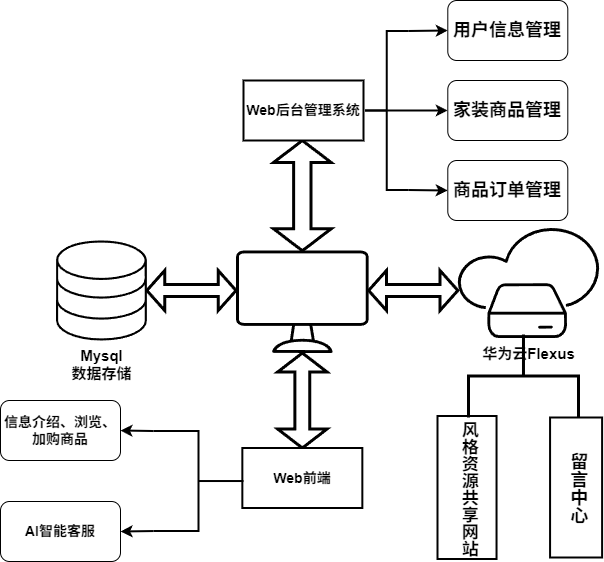
xiyuliu509/microservice-shop keeps this draw.io diagram as 6.drawio.png. Above is the earlier version. Source tidied: cells renumbered, new cells last; positions are measured from the earlier drawing's top-left corner, leaving out a move shared by most shapes.
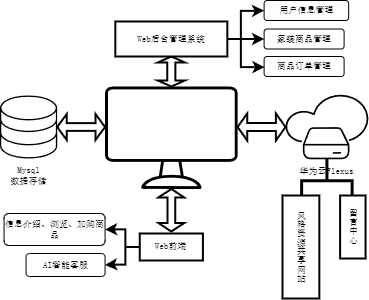
The same diagram one commit later.

The edit, as a diff of the source:
```diff
@@ -2,77 +2,80 @@
   <root>
     <mxCell id="0" />
     <mxCell id="1" parent="0" />
+    <mxCell id="9" style="strokeWidth=3;html=1;shape=mxgraph.flowchart.annotation_2;align=left;labelPosition=right;rotation=90;fontSize=9;fontStyle=0;fontFamily=宋体;" parent="1" vertex="1">
+      <mxGeometry x="435.6" y="319" width="43.5" height="50.5" as="geometry" />
+    </mxCell>
-    <mxCell id="2" value="&lt;b&gt;&lt;font style=&quot;font-size: 15px;&quot;&gt;华为云Flexus&lt;/font&gt;&lt;/b&gt;" style="sketch=0;verticalLabelPosition=bottom;sketch=0;html=1;verticalAlign=top;strokeColor=none;fillColor=#000000;align=center;shape=mxgraph.citrix2.cloud_connector;strokeWidth=2;gradientColor=none;" parent="1" vertex="1">
-      <mxGeometry x="457.3" y="227.5" width="141.3" height="110" as="geometry" />
+    <mxCell id="2" value="&lt;font style=&quot;color: rgb(0, 0, 0);&quot;&gt;华为云Flexus&lt;/font&gt;" style="sketch=0;verticalLabelPosition=bottom;sketch=0;html=1;verticalAlign=top;strokeColor=none;fillColor=#000000;align=center;shape=mxgraph.citrix2.cloud_connector;strokeWidth=2;gradientColor=none;fontSize=9;fontFamily=宋体;fontStyle=0;" parent="1" vertex="1">
+      <mxGeometry x="416" y="258.2" width="82.8" height="64.5" as="geometry" />
     </mxCell>
-    <mxCell id="3" value="&lt;font style=&quot;font-size: 15px;&quot;&gt;&lt;b&gt;Mysql&lt;/b&gt;&lt;/font&gt;&lt;div&gt;&lt;font style=&quot;font-size: 15px;&quot;&gt;&lt;b&gt;数据存储&lt;/b&gt;&lt;/font&gt;&lt;/div&gt;" style="sketch=0;verticalLabelPosition=bottom;sketch=0;html=1;verticalAlign=top;strokeColor=none;fillColor=#000000;align=center;shape=mxgraph.citrix2.site_database;" parent="1" vertex="1">
-      <mxGeometry x="55.6" y="240" width="90.8" height="100" as="geometry" />
+    <mxCell id="3" value="&lt;font style=&quot;color: rgb(0, 0, 0);&quot;&gt;&lt;span&gt;Mysql&lt;/span&gt;&lt;/font&gt;&lt;div&gt;&lt;font style=&quot;color: rgb(0, 0, 0);&quot;&gt;数据存储&lt;/font&gt;&lt;/div&gt;" style="sketch=0;verticalLabelPosition=bottom;sketch=0;html=1;verticalAlign=top;strokeColor=none;fillColor=#000000;align=center;shape=mxgraph.citrix2.site_database;fontSize=9;fontFamily=宋体;fontStyle=0;" parent="1" vertex="1">
+      <mxGeometry x="130.5" y="259" width="57.2" height="63" as="geometry" />
     </mxCell>
-    <mxCell id="4" style="shape=doubleArrow;whiteSpace=wrap;html=1;strokeWidth=3;" parent="1" vertex="1">
-      <mxGeometry x="146.4" y="270" width="89.2" height="40" as="geometry" />
+    <mxCell id="4" style="shape=doubleArrow;whiteSpace=wrap;html=1;strokeWidth=2;fontSize=9;fontFamily=宋体;fontStyle=0;" parent="1" vertex="1">
+      <mxGeometry x="368.1" y="277" width="47.9" height="27" as="geometry" />
     </mxCell>
-    <mxCell id="5" style="shape=doubleArrow;direction=south;whiteSpace=wrap;html=1;strokeWidth=3;" parent="1" vertex="1">
-      <mxGeometry x="272.9" y="140" width="57.8" height="110.2" as="geometry" />
+    <mxCell id="5" style="shape=doubleArrow;direction=south;whiteSpace=wrap;html=1;strokeWidth=2;fontSize=9;fontFamily=宋体;fontStyle=0;" parent="1" vertex="1">
+      <mxGeometry x="288.3" y="220" width="27.1" height="30" as="geometry" />
     </mxCell>
-    <mxCell id="6" style="shape=doubleArrow;whiteSpace=wrap;html=1;strokeWidth=3;" parent="1" vertex="1">
-      <mxGeometry x="368.1" y="270" width="89.2" height="40" as="geometry" />
+    <mxCell id="6" style="shape=doubleArrow;whiteSpace=wrap;html=1;strokeWidth=2;fontSize=9;fontFamily=宋体;fontStyle=0;" parent="1" vertex="1">
+      <mxGeometry x="187.7" y="277.5" width="47.9" height="26" as="geometry" />
     </mxCell>
-    <mxCell id="7" style="shape=doubleArrow;direction=south;whiteSpace=wrap;html=1;strokeWidth=3;" parent="1" vertex="1">
-      <mxGeometry x="277.2" y="352.5" width="49.4" height="95" as="geometry" />
+    <mxCell id="7" style="shape=doubleArrow;direction=south;whiteSpace=wrap;html=1;strokeWidth=2;fontSize=9;fontFamily=宋体;fontStyle=0;" parent="1" vertex="1">
+      <mxGeometry x="288.9" y="352.5" width="25.8" height="42.5" as="geometry" />
     </mxCell>
-    <mxCell id="8" value="&lt;b&gt;&lt;font style=&quot;font-size: 17px;&quot;&gt;风格资源共享网站&lt;/font&gt;&lt;/b&gt;" style="rounded=0;whiteSpace=wrap;html=1;textDirection=vertical-lr;strokeWidth=2;" parent="1" vertex="1">
-      <mxGeometry x="437" y="415.5" width="59" height="143" as="geometry" />
+    <mxCell id="8" value="&lt;font style=&quot;color: rgb(0, 0, 0);&quot;&gt;风格资源共享网站&lt;/font&gt;" style="rounded=0;whiteSpace=wrap;html=1;textDirection=vertical-lr;strokeWidth=2;fontSize=9;fontFamily=宋体;fontStyle=0;" parent="1" vertex="1">
+      <mxGeometry x="413" y="359" width="36.8" height="103" as="geometry" />
     </mxCell>
-    <mxCell id="9" style="strokeWidth=3;html=1;shape=mxgraph.flowchart.annotation_2;align=left;labelPosition=right;rotation=90;fontSize=14;fontStyle=1;" parent="1" vertex="1">
-      <mxGeometry x="481.5" y="320.5" width="83" height="110" as="geometry" />
-    </mxCell>
-    <mxCell id="10" value="&lt;b style=&quot;&quot;&gt;&lt;font style=&quot;font-size: 18px;&quot;&gt;留言中心&lt;/font&gt;&lt;/b&gt;" style="rounded=0;whiteSpace=wrap;html=1;textDirection=vertical-lr;strokeWidth=2;" parent="1" vertex="1">
-      <mxGeometry x="549.6" y="417" width="52" height="140" as="geometry" />
+    <mxCell id="10" value="&lt;font style=&quot;color: rgb(0, 0, 0);&quot;&gt;留言中心&lt;/font&gt;" style="rounded=0;whiteSpace=wrap;html=1;textDirection=vertical-lr;strokeWidth=2;fontSize=9;fontFamily=宋体;fontStyle=0;" parent="1" vertex="1">
+      <mxGeometry x="470.6" y="359" width="25.4" height="63" as="geometry" />
     </mxCell>
-    <mxCell id="11" style="sketch=0;verticalLabelPosition=bottom;sketch=0;html=1;verticalAlign=top;strokeColor=none;fillColor=#000000;align=center;shape=mxgraph.citrix2.desktop;" parent="1" vertex="1">
+    <mxCell id="11" style="sketch=0;verticalLabelPosition=bottom;sketch=0;html=1;verticalAlign=top;strokeColor=none;fillColor=#000000;align=center;shape=mxgraph.citrix2.desktop;fontSize=9;fontFamily=宋体;fontStyle=0;" parent="1" vertex="1">
       <mxGeometry x="235.6" y="250" width="132.6" height="102.5" as="geometry" />
     </mxCell>
-    <mxCell id="12" value="&lt;b&gt;&lt;font style=&quot;font-size: 14px;&quot;&gt;Web后台管理系统&lt;/font&gt;&lt;/b&gt;" style="rounded=0;whiteSpace=wrap;html=1;strokeWidth=2;" parent="1" vertex="1">
-      <mxGeometry x="243" y="80" width="120" height="60" as="geometry" />
+    <mxCell id="12" value="&lt;font style=&quot;color: rgb(0, 0, 0);&quot;&gt;Web后台管理系统&lt;/font&gt;" style="rounded=0;whiteSpace=wrap;html=1;strokeWidth=2;fontSize=9;fontFamily=宋体;fontStyle=0;" parent="1" vertex="1">
+      <mxGeometry x="245.8" y="185" width="112" height="35" as="geometry" />
     </mxCell>
-    <mxCell id="13" style="edgeStyle=none;html=1;exitX=1;exitY=0;exitDx=0;exitDy=0;exitPerimeter=0;entryX=0;entryY=0.5;entryDx=0;entryDy=0;strokeWidth=2;" parent="1" edge="1" source="16" target="18">
-      <mxGeometry relative="1" as="geometry" />
-    </mxCell>
-    <mxCell id="14" style="edgeStyle=none;html=1;exitX=1;exitY=1;exitDx=0;exitDy=0;exitPerimeter=0;entryX=0;entryY=0.5;entryDx=0;entryDy=0;strokeWidth=2;" parent="1" edge="1" source="16" target="17">
-      <mxGeometry relative="1" as="geometry" />
-    </mxCell>
-    <mxCell id="15" style="edgeStyle=none;html=1;exitX=0;exitY=0.5;exitDx=0;exitDy=0;exitPerimeter=0;strokeWidth=2;entryX=0;entryY=0.5;entryDx=0;entryDy=0;" parent="1" edge="1" source="16" target="19">
-      <mxGeometry relative="1" as="geometry" />
-    </mxCell>
-    <mxCell id="16" style="strokeWidth=2;html=1;shape=mxgraph.flowchart.annotation_2;align=left;labelPosition=right;" parent="1" vertex="1">
-      <mxGeometry x="364.7" y="30.5" width="43.2" height="159" as="geometry" />
+    <mxCell id="16" style="strokeWidth=2;html=1;shape=mxgraph.flowchart.annotation_2;align=left;labelPosition=right;fontSize=9;fontFamily=宋体;fontStyle=0;" parent="1" vertex="1">
+      <mxGeometry x="357.8" y="174.3" width="27.2" height="56.3" as="geometry" />
     </mxCell>
-    <mxCell id="17" value="&lt;b&gt;&lt;font style=&quot;font-size: 18px;&quot;&gt;商品订单管理&lt;/font&gt;&lt;/b&gt;" style="rounded=1;whiteSpace=wrap;html=1;" parent="1" vertex="1">
-      <mxGeometry x="447.3" y="160" width="120" height="60" as="geometry" />
+    <mxCell id="17" value="&lt;font style=&quot;color: rgb(0, 0, 0);&quot;&gt;商品订单管理&lt;/font&gt;" style="rounded=1;whiteSpace=wrap;html=1;fontSize=9;fontFamily=宋体;fontStyle=0;" parent="1" vertex="1">
+      <mxGeometry x="394.6" y="220" width="80" height="20" as="geometry" />
     </mxCell>
-    <mxCell id="18" value="&lt;b&gt;&lt;font style=&quot;font-size: 18px;&quot;&gt;用户信息管理&lt;/font&gt;&lt;/b&gt;" style="rounded=1;whiteSpace=wrap;html=1;" parent="1" vertex="1">
-      <mxGeometry x="447.3" width="120" height="60" as="geometry" />
+    <mxCell id="18" value="&lt;font style=&quot;color: rgb(0, 0, 0);&quot;&gt;用户信息管理&lt;/font&gt;" style="rounded=1;whiteSpace=wrap;html=1;fontSize=9;fontFamily=宋体;fontStyle=0;" parent="1" vertex="1">
+      <mxGeometry x="394.6" y="164" width="84.6" height="20" as="geometry" />
     </mxCell>
-    <mxCell id="19" value="&lt;b&gt;&lt;font style=&quot;font-size: 18px;&quot;&gt;家装商品管理&lt;/font&gt;&lt;/b&gt;" style="rounded=1;whiteSpace=wrap;html=1;" parent="1" vertex="1">
-      <mxGeometry x="447.3" y="80" width="120" height="60" as="geometry" />
+    <mxCell id="19" value="&lt;font style=&quot;color: rgb(0, 0, 0);&quot;&gt;家装商品管理&lt;/font&gt;" style="rounded=1;whiteSpace=wrap;html=1;fontSize=9;fontFamily=宋体;fontStyle=0;" parent="1" vertex="1">
+      <mxGeometry x="394.6" y="192.5" width="80" height="20" as="geometry" />
     </mxCell>
-    <mxCell id="20" value="&lt;b&gt;&lt;font style=&quot;font-size: 14px;&quot;&gt;Web前端&lt;/font&gt;&lt;/b&gt;" style="rounded=0;whiteSpace=wrap;html=1;strokeWidth=2;" parent="1" vertex="1">
-      <mxGeometry x="241.8" y="447.5" width="120" height="60" as="geometry" />
+    <mxCell id="20" value="&lt;font style=&quot;color: rgb(0, 0, 0);&quot;&gt;Web前端&lt;/font&gt;" style="rounded=0;whiteSpace=wrap;html=1;strokeWidth=2;fontSize=9;fontFamily=宋体;fontStyle=0;" parent="1" vertex="1">
+      <mxGeometry x="270.3" y="397" width="63.2" height="27" as="geometry" />
     </mxCell>
-    <mxCell id="21" style="edgeStyle=none;html=1;exitX=1;exitY=1;exitDx=0;exitDy=0;exitPerimeter=0;entryX=1;entryY=0.5;entryDx=0;entryDy=0;strokeWidth=2;" parent="1" edge="1" source="23" target="25">
+    <mxCell id="21" style="edgeStyle=none;html=1;exitX=1;exitY=1;exitDx=0;exitDy=0;exitPerimeter=0;entryX=1;entryY=0.5;entryDx=0;entryDy=0;strokeWidth=2;fontSize=9;fontFamily=宋体;fontStyle=0;" parent="1" edge="1" source="23" target="25">
       <mxGeometry relative="1" as="geometry" />
     </mxCell>
-    <mxCell id="22" style="edgeStyle=none;html=1;exitX=1;exitY=0;exitDx=0;exitDy=0;exitPerimeter=0;entryX=1;entryY=0.5;entryDx=0;entryDy=0;strokeWidth=2;" parent="1" edge="1" source="23" target="24">
+    <mxCell id="22" style="edgeStyle=none;html=1;exitX=1;exitY=0;exitDx=0;exitDy=0;exitPerimeter=0;entryX=1;entryY=0.5;entryDx=0;entryDy=0;strokeWidth=2;fontSize=9;fontFamily=宋体;fontStyle=0;" parent="1" edge="1" source="23" target="24">
       <mxGeometry relative="1" as="geometry" />
     </mxCell>
-    <mxCell id="23" style="strokeWidth=2;html=1;shape=mxgraph.flowchart.annotation_2;align=left;labelPosition=right;rotation=-180;" parent="1" vertex="1">
-      <mxGeometry x="153" y="430.5" width="90" height="100" as="geometry" />
+    <mxCell id="23" style="strokeWidth=2;html=1;shape=mxgraph.flowchart.annotation_2;align=left;labelPosition=right;rotation=-180;fontSize=9;fontFamily=宋体;fontStyle=0;" parent="1" vertex="1">
+      <mxGeometry x="241.5" y="392.9" width="28.7" height="35.3" as="geometry" />
     </mxCell>
-    <mxCell id="24" value="&lt;span style=&quot;font-size: 14px;&quot;&gt;&lt;b&gt;AI智能客服&lt;/b&gt;&lt;/span&gt;" style="rounded=1;whiteSpace=wrap;html=1;" parent="1" vertex="1">
-      <mxGeometry y="501" width="120" height="60" as="geometry" />
+    <mxCell id="24" value="&lt;font style=&quot;color: rgb(0, 0, 0);&quot;&gt;AI智能客服&lt;/font&gt;" style="rounded=1;whiteSpace=wrap;html=1;fontSize=9;fontFamily=宋体;fontStyle=0;" parent="1" vertex="1">
+      <mxGeometry x="156.6" y="417" width="79" height="23" as="geometry" />
     </mxCell>
-    <mxCell id="25" value="&lt;span style=&quot;font-size: 14px;&quot;&gt;&lt;b&gt;信息介绍、浏览、加购商品&lt;/b&gt;&lt;/span&gt;" style="rounded=1;whiteSpace=wrap;html=1;" parent="1" vertex="1">
-      <mxGeometry y="400" width="120" height="60" as="geometry" />
+    <mxCell id="25" value="&lt;font style=&quot;color: rgb(0, 0, 0);&quot;&gt;信息介绍、浏览、加购商品&lt;/font&gt;" style="rounded=1;whiteSpace=wrap;html=1;fontSize=9;fontFamily=宋体;fontStyle=0;" parent="1" vertex="1">
+      <mxGeometry x="134.6" y="377" width="101" height="32" as="geometry" />
     </mxCell>
+    <mxCell id="13" style="endArrow=classic;html=1;exitX=1;exitY=0;exitDx=0;exitDy=0;exitPerimeter=0;strokeWidth=2;entryX=0;entryY=0.5;entryDx=0;entryDy=0;fontSize=9;fontFamily=宋体;fontStyle=0;" parent="1" edge="1" source="16" target="18">
+      <mxGeometry relative="1" as="geometry" />
+    </mxCell>
+    <mxCell id="15" style="endArrow=classic;html=1;exitX=0;exitY=0.5;exitDx=0;exitDy=0;exitPerimeter=0;strokeWidth=2;entryX=0;entryY=0.5;entryDx=0;entryDy=0;fontSize=9;fontFamily=宋体;fontStyle=0;" parent="1" edge="1" source="16" target="19">
+      <mxGeometry relative="1" as="geometry" />
+    </mxCell>
+    <mxCell id="26" style="endArrow=classic;html=1;exitX=1;exitY=0;exitDx=0;exitDy=0;exitPerimeter=0;strokeWidth=2;entryX=0;entryY=0.5;entryDx=0;entryDy=0;fontSize=9;fontFamily=宋体;fontStyle=0;" parent="1" edge="1">
+      <mxGeometry relative="1" as="geometry">
+        <mxPoint x="385" y="230.7" as="sourcePoint" />
+        <mxPoint x="395" y="230.7" as="targetPoint" />
+      </mxGeometry>
+    </mxCell>
   </root>
 </mxGraphModel>
```
